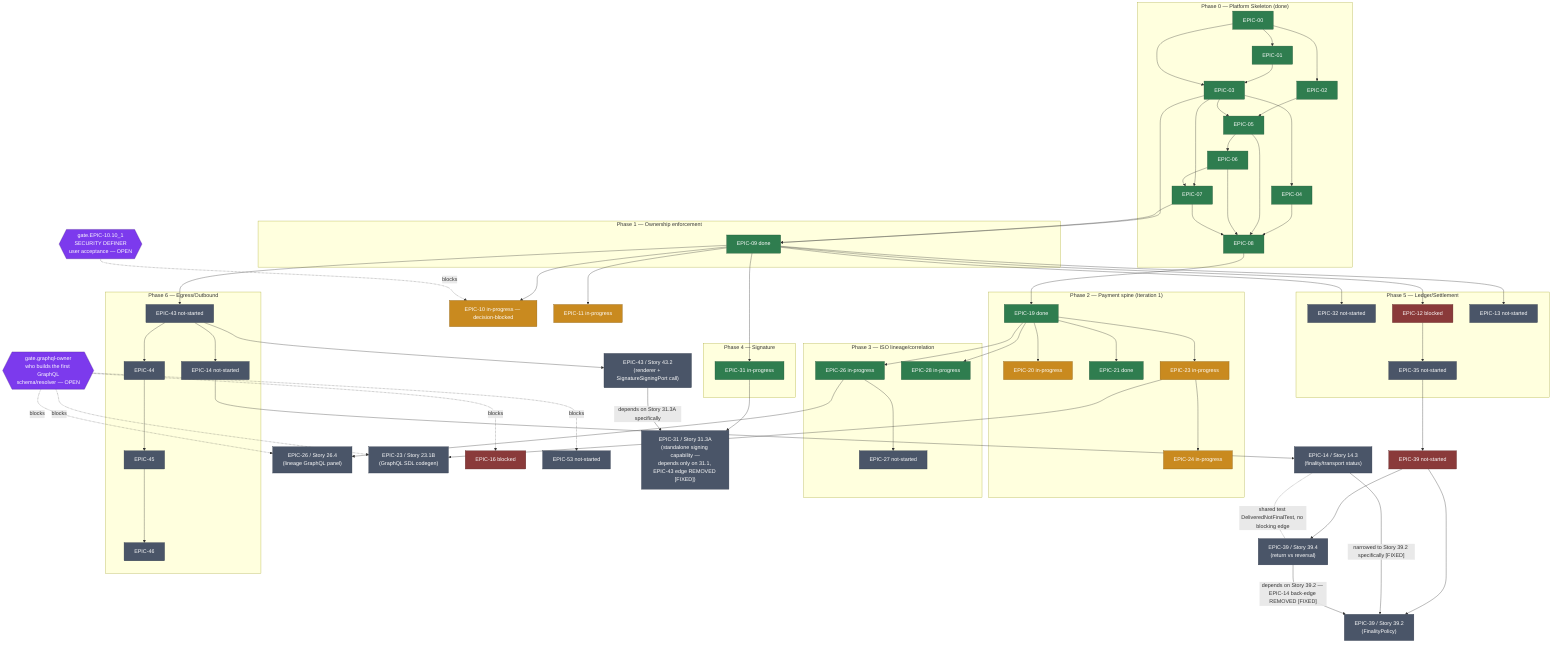
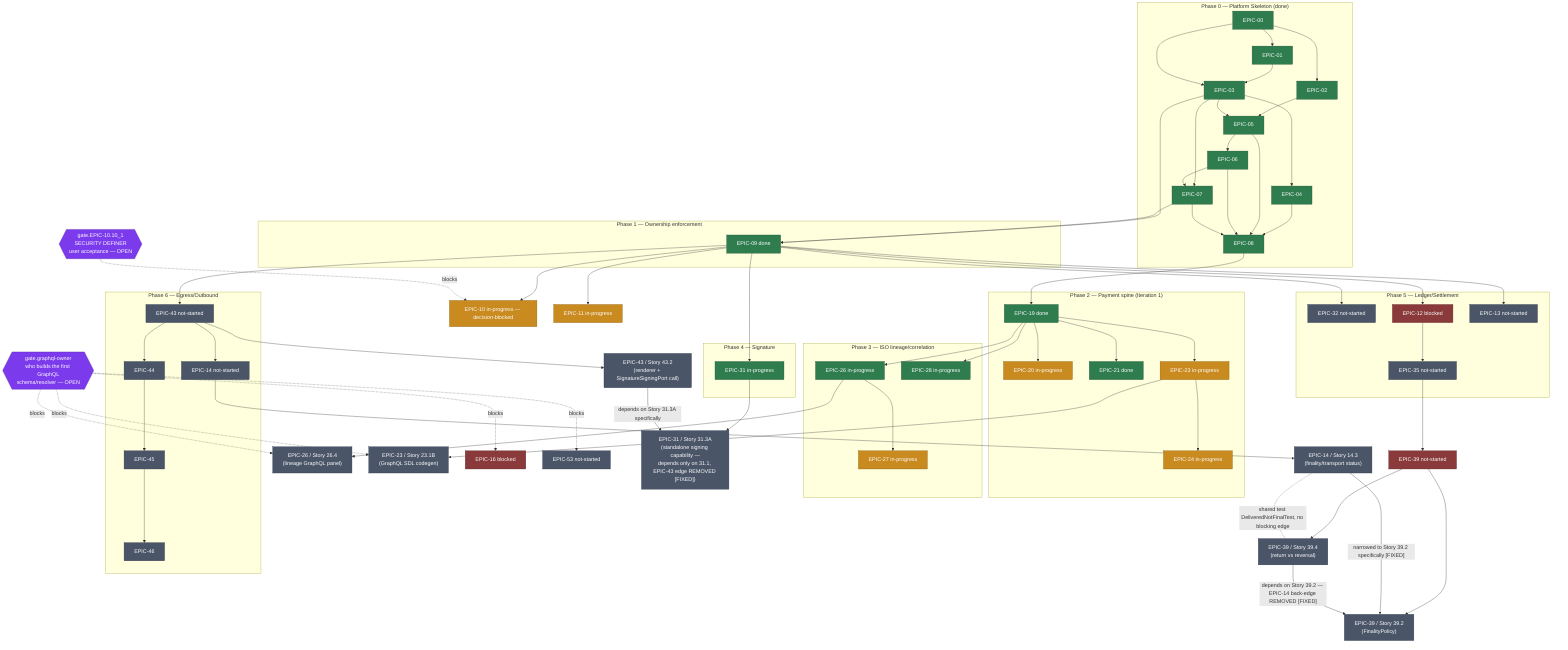
%% SEPA Nexus — capability graph (curated view)
%% Full machine graph: planning/capability-graph.json (142 nodes / 251 edges).
%% This file is a curated subgraph for human reading — phase heads, the two resolved
%% cycles, and the two open decision gates (EPIC-10 SECURITY DEFINER, GraphQL owner). It
%% is not regenerated automatically; keep it in sync by hand with capability-graph.json
%% when either changes materially.
flowchart TB

    subgraph P0["Phase 0 — Platform Skeleton (done)"]
        E00[EPIC-00] --> E01[EPIC-01] & E02[EPIC-02]
        E01 --> E03[EPIC-03]
        E00 --> E03
        E03 --> E04[EPIC-04] & E07[EPIC-07]
        E02 --> E05[EPIC-05]
        E03 --> E05
        E05 --> E06[EPIC-06]
        E06 --> E07
        E04 & E05 & E06 & E07 --> E08[EPIC-08]
    end

    subgraph P1["Phase 1 — Ownership enforcement"]
        E03 --> E09[EPIC-09 done]
        E07 --> E09
    end

    subgraph P2["Phase 2 — Payment spine (Iteration 1)"]
        E08 --> E19[EPIC-19 done]
        E19 --> E20[EPIC-20 in-progress]
        E19 --> E21[EPIC-21 done]
        E19 --> E23[EPIC-23 in-progress]
        E23 --> E24[EPIC-24 in-progress]
    end

    subgraph P3["Phase 3 — ISO lineage/correlation"]
        E19 --> E26[EPIC-26 in-progress]
-         E26 --> E27[EPIC-27 not-started]
+         E26 --> E27[EPIC-27 in-progress]
        E19 --> E28[EPIC-28 in-progress]
    end

    %% --- GraphQL owner decision gate (added 2026-07-16) ---
    S2664["EPIC-26 / Story 26.4\n(lineage GraphQL panel)"]
    S231B["EPIC-23 / Story 23.1B\n(GraphQL SDL codegen)"]
    E26 --> S2664
    E23 --> S231B
    GQLGATE{{"gate.graphql-owner\nwho builds the first GraphQL\nschema/resolver — OPEN"}}
    GQLGATE -.blocks.-> S2664
    GQLGATE -.blocks.-> E16[EPIC-16 blocked]
    GQLGATE -.blocks.-> S231B
    GQLGATE -.blocks.-> E53[EPIC-53 not-started]

    subgraph P4["Phase 4 — Signature"]
        E09 --> E31[EPIC-31 in-progress]
    end

    subgraph P5["Phase 5 — Ledger/Settlement"]
        E09 --> E32[EPIC-32 not-started]
        E12[EPIC-12 blocked] --> E35[EPIC-35 not-started]
        E09 --> E13[EPIC-13 not-started]
        E09 --> E12
    end

    subgraph P6["Phase 6 — Egress/Outbound"]
        E09 --> E43[EPIC-43 not-started]
        E43 --> E44[EPIC-44] --> E45[EPIC-45] --> E46[EPIC-46]
        E43 --> E14[EPIC-14 not-started]
    end

    %% Ownership graph (EPIC-09) fans out to most other Phase-1 epics
    E09 --> E10[EPIC-10 in-progress — decision-blocked]
    E09 --> E11[EPIC-11 in-progress]

    %% --- EPIC-10 decision gate ---
    GATE{{"gate.EPIC-10.10_1\nSECURITY DEFINER\nuser acceptance — OPEN"}}
    GATE -.blocks.-> E10

    %% --- Cycle 1 (H1, signature <-> egress) — FIXED 2026-07-16 ---
    S313A["EPIC-31 / Story 31.3A\n(standalone signing capability —\ndepends only on 31.1, EPIC-43 edge REMOVED [FIXED])"]
    S432["EPIC-43 / Story 43.2\n(renderer + SignatureSigningPort call)"]
    E31 --> S313A
    E43 --> S432
    S432 -- "depends on Story 31.3A specifically" --> S313A

    %% --- Cycle 2 (discovered incidentally, same shape) — FIXED 2026-07-16 ---
    S143["EPIC-14 / Story 14.3\n(finality/transport status)"]
    S394["EPIC-39 / Story 39.4\n(return vs reversal)"]
    S392["EPIC-39 / Story 39.2\n(FinalityPolicy)"]
    E14 --> S143
    E39[EPIC-39 not-started] --> S394
    E39 --> S392
    E35 --> E39
    S143 -- "narrowed to Story 39.2 specifically [FIXED]" --> S392
    S394 -- "depends on Story 39.2 — EPIC-14 back-edge REMOVED [FIXED]" --> S392
    S143 -. "shared test DeliveredNotFinalTest, no blocking edge" .- S394

    classDef done fill:#2f7d4f,color:#fff,stroke:#1e5236
    classDef inprogress fill:#c98a1f,color:#fff,stroke:#8a5e12
    classDef blocked fill:#8a3a3a,color:#fff,stroke:#5c2626
    classDef notstarted fill:#4a5568,color:#fff,stroke:#2d3748
    classDef gate fill:#7c3aed,color:#fff,stroke:#4c1d95

    class E00,E01,E02,E03,E04,E05,E06,E07,E08,E09,E19,E21,E26,E31,E28 done
-     class E10,E11,E20,E23,E24 inprogress
+     class E10,E11,E20,E23,E24,E27 inprogress
    class E12,E39,E16 blocked
-     class E13,E14,E27,E32,E35,E43,E44,E45,E46,E53,S313A,S432,S143,S394,S392,S2664,S231B notstarted
+     class E13,E14,E32,E35,E43,E44,E45,E46,E53,S313A,S432,S143,S394,S392,S2664,S231B notstarted
    class GATE,GQLGATE gate
